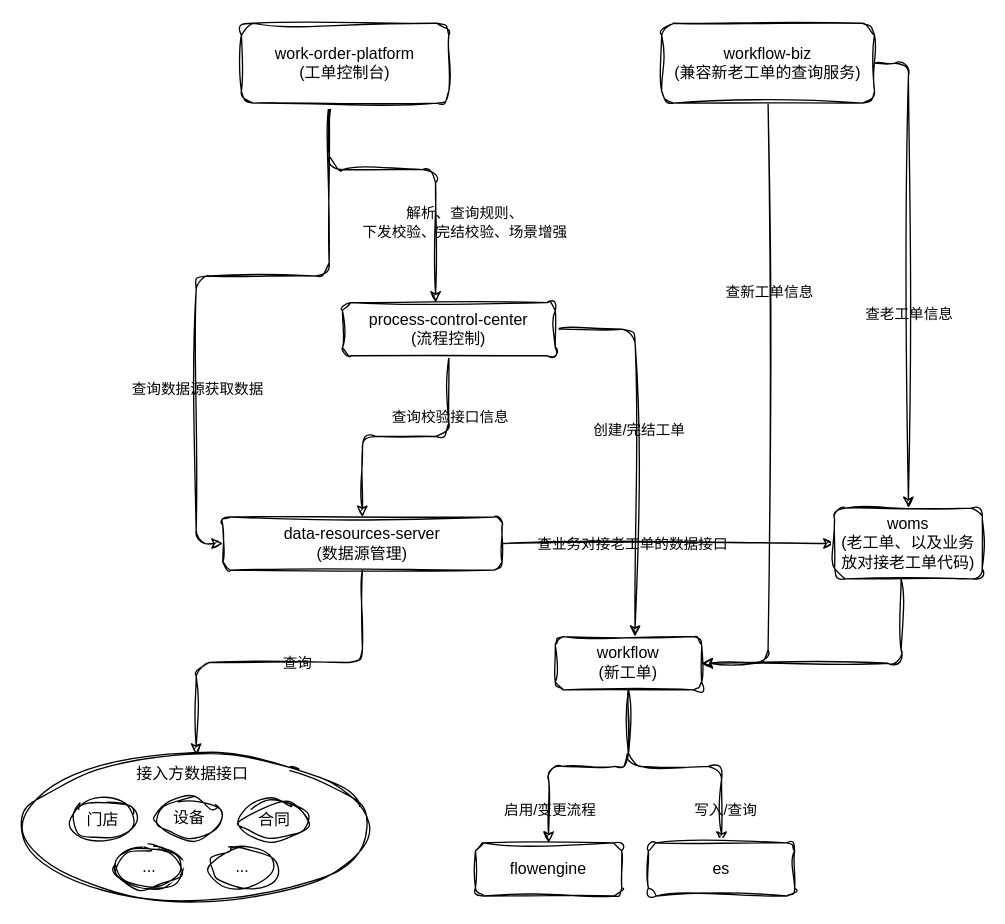
Earlier version of the draw.io diagram 工单架构.drawio (330129161/draw.io). Source tidied: cells renumbered, new cells numbered last; positions are measured from the earlier drawing's top-left corner, leaving out a move shared by most shapes. Both pictures are drawn from the tidied source at 133%, with x=0, y=0 at pixel (23, 23).
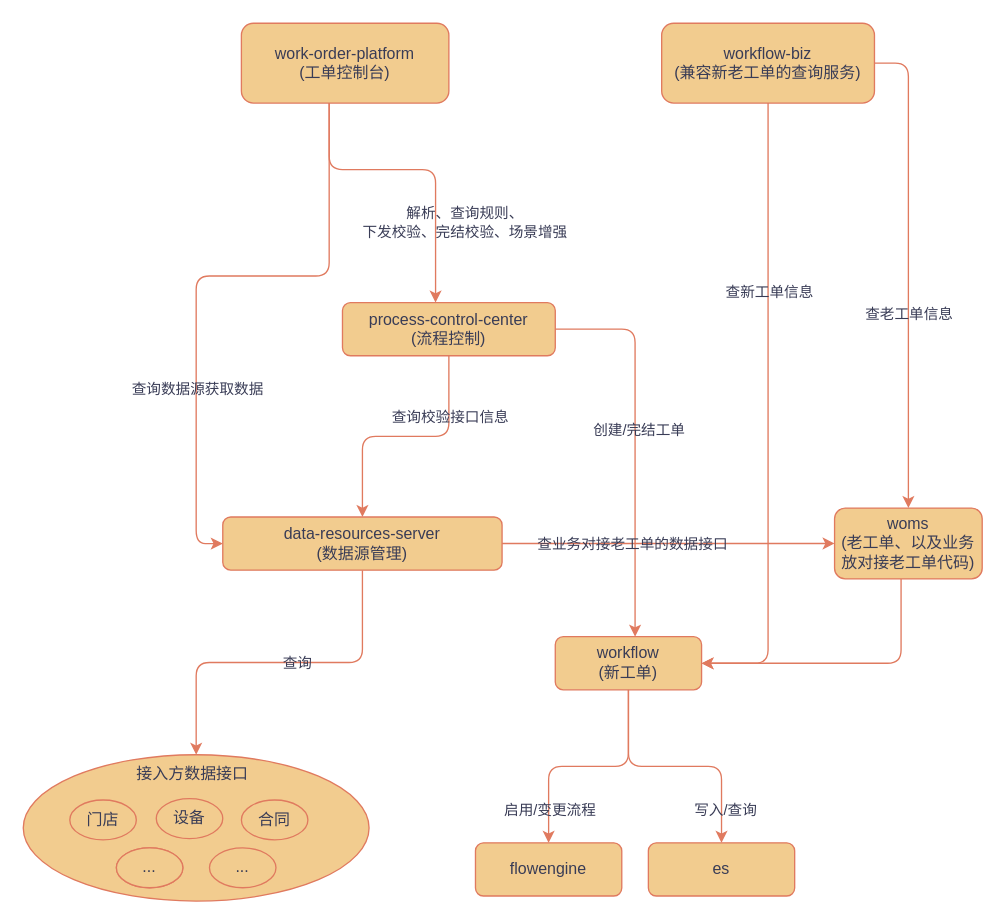
After the change.

Commit message (it also covers changes not shown here):
更新工单架构.drawio

The edit, as a diff of the source:
```diff
@@
-    <mxCell id="2" style="edgeStyle=orthogonalEdgeStyle;rounded=1;jettySize=auto;html=1;labelBackgroundColor=none;fontColor=default;sketch=1;curveFitting=1;jiggle=2;" parent="1" edge="1" source="6" target="11">
+    <mxCell id="2" style="edgeStyle=orthogonalEdgeStyle;rounded=1;jettySize=auto;html=1;labelBackgroundColor=none;fontColor=default;strokeColor=#E07A5F;" parent="1" edge="1" source="6" target="11">
       <mxGeometry relative="1" as="geometry">
         <Array as="points">
           <mxPoint x="230" y="110" />
           <mxPoint x="310" y="110" />
         </Array>
       </mxGeometry>
     </mxCell>
-    <mxCell id="3" value="解析、查询规则、&lt;br&gt;下发校验、完结校验、场景增强" style="edgeLabel;html=1;align=center;verticalAlign=middle;labelBackgroundColor=none;rounded=1;sketch=1;curveFitting=1;jiggle=2;" parent="2" vertex="1">
+    <mxCell id="3" value="解析、查询规则、&lt;br&gt;下发校验、完结校验、场景增强" style="edgeLabel;html=1;align=center;verticalAlign=middle;labelBackgroundColor=none;rounded=1;fontColor=#393C56;" parent="2" vertex="1">
       <mxGeometry x="0.26" y="-1" relative="1" as="geometry">
         <mxPoint x="22" y="24" as="offset" />
       </mxGeometry>
     </mxCell>
-    <mxCell id="4" style="edgeStyle=orthogonalEdgeStyle;rounded=1;jettySize=auto;html=1;entryX=0;entryY=0.5;entryDx=0;entryDy=0;labelBackgroundColor=none;fontColor=default;sketch=1;curveFitting=1;jiggle=2;" parent="1" edge="1" source="6" target="16">
+    <mxCell id="4" style="edgeStyle=orthogonalEdgeStyle;rounded=1;jettySize=auto;html=1;entryX=0;entryY=0.5;entryDx=0;entryDy=0;labelBackgroundColor=none;fontColor=default;strokeColor=#E07A5F;" parent="1" edge="1" source="6" target="16">
       <mxGeometry relative="1" as="geometry">
         <Array as="points">
           <mxPoint x="230" y="190" />
           <mxPoint x="130" y="190" />
           <mxPoint x="130" y="391" />
         </Array>
       </mxGeometry>
     </mxCell>
-    <mxCell id="5" value="查询数据源获取数据" style="edgeLabel;html=1;align=center;verticalAlign=middle;labelBackgroundColor=none;rounded=1;sketch=1;curveFitting=1;jiggle=2;" parent="4" vertex="1">
+    <mxCell id="5" value="查询数据源获取数据" style="edgeLabel;html=1;align=center;verticalAlign=middle;labelBackgroundColor=none;rounded=1;fontColor=#393C56;" parent="4" vertex="1">
       <mxGeometry x="0.39" relative="1" as="geometry" />
     </mxCell>
-    <mxCell id="6" value="work-order-platform&lt;br&gt;(工单控制台)" style="rounded=1;whiteSpace=wrap;html=1;labelBackgroundColor=none;sketch=1;curveFitting=1;jiggle=2;" parent="1" vertex="1">
+    <mxCell id="6" value="work-order-platform&lt;br&gt;(工单控制台)" style="rounded=1;whiteSpace=wrap;html=1;labelBackgroundColor=none;fillColor=#F2CC8F;strokeColor=#E07A5F;fontColor=#393C56;" parent="1" vertex="1">
       <mxGeometry x="164" width="156" height="60" as="geometry" />
     </mxCell>
-    <mxCell id="7" style="edgeStyle=orthogonalEdgeStyle;rounded=1;jettySize=auto;html=1;entryX=0.5;entryY=0;entryDx=0;entryDy=0;labelBackgroundColor=none;fontColor=default;sketch=1;curveFitting=1;jiggle=2;" parent="1" edge="1" source="11" target="16">
+    <mxCell id="7" style="edgeStyle=orthogonalEdgeStyle;rounded=1;jettySize=auto;html=1;entryX=0.5;entryY=0;entryDx=0;entryDy=0;labelBackgroundColor=none;fontColor=default;strokeColor=#E07A5F;" parent="1" edge="1" source="11" target="16">
       <mxGeometry relative="1" as="geometry" />
     </mxCell>
-    <mxCell id="8" value="查询校验接口信息" style="edgeLabel;html=1;align=center;verticalAlign=middle;labelBackgroundColor=none;rounded=1;sketch=1;curveFitting=1;jiggle=2;" parent="7" vertex="1">
+    <mxCell id="8" value="查询校验接口信息" style="edgeLabel;html=1;align=center;verticalAlign=middle;labelBackgroundColor=none;rounded=1;fontColor=#393C56;" parent="7" vertex="1">
       <mxGeometry x="-0.1" y="1" relative="1" as="geometry">
         <mxPoint x="24" y="-16" as="offset" />
       </mxGeometry>
     </mxCell>
-    <mxCell id="9" style="edgeStyle=orthogonalEdgeStyle;rounded=1;jettySize=auto;html=1;labelBackgroundColor=none;fontColor=default;sketch=1;curveFitting=1;jiggle=2;" parent="1" edge="1" source="11" target="21">
+    <mxCell id="9" style="edgeStyle=orthogonalEdgeStyle;rounded=1;jettySize=auto;html=1;labelBackgroundColor=none;fontColor=default;strokeColor=#E07A5F;" parent="1" edge="1" source="11" target="21">
       <mxGeometry relative="1" as="geometry">
         <Array as="points">
           <mxPoint x="460" y="230" />
         </Array>
       </mxGeometry>
     </mxCell>
-    <mxCell id="10" value="创建/完结工单" style="edgeLabel;html=1;align=center;verticalAlign=middle;labelBackgroundColor=none;rounded=1;sketch=1;curveFitting=1;jiggle=2;" parent="9" vertex="1">
+    <mxCell id="10" value="创建/完结工单" style="edgeLabel;html=1;align=center;verticalAlign=middle;labelBackgroundColor=none;rounded=1;fontColor=#393C56;" parent="9" vertex="1">
       <mxGeometry x="-0.07" y="2" relative="1" as="geometry" />
     </mxCell>
-    <mxCell id="11" value="process-control-center&lt;br&gt;(流程控制)" style="rounded=1;whiteSpace=wrap;html=1;labelBackgroundColor=none;sketch=1;curveFitting=1;jiggle=2;" parent="1" vertex="1">
+    <mxCell id="11" value="process-control-center&lt;br&gt;(流程控制)" style="rounded=1;whiteSpace=wrap;html=1;labelBackgroundColor=none;fillColor=#F2CC8F;strokeColor=#E07A5F;fontColor=#393C56;" parent="1" vertex="1">
       <mxGeometry x="240" y="210" width="160" height="40" as="geometry" />
     </mxCell>
-    <mxCell id="12" style="edgeStyle=orthogonalEdgeStyle;rounded=1;jettySize=auto;html=1;entryX=0.5;entryY=0;entryDx=0;entryDy=0;labelBackgroundColor=none;fontColor=default;sketch=1;curveFitting=1;jiggle=2;" parent="1" edge="1" source="16" target="31">
+    <mxCell id="12" style="edgeStyle=orthogonalEdgeStyle;rounded=1;jettySize=auto;html=1;entryX=0.5;entryY=0;entryDx=0;entryDy=0;labelBackgroundColor=none;fontColor=default;strokeColor=#E07A5F;" parent="1" edge="1" source="16" target="31">
       <mxGeometry relative="1" as="geometry" />
     </mxCell>
-    <mxCell id="13" value="查询" style="edgeLabel;html=1;align=center;verticalAlign=middle;labelBackgroundColor=none;rounded=1;sketch=1;curveFitting=1;jiggle=2;" parent="12" vertex="1">
+    <mxCell id="13" value="查询" style="edgeLabel;html=1;align=center;verticalAlign=middle;labelBackgroundColor=none;rounded=1;fontColor=#393C56;" parent="12" vertex="1">
       <mxGeometry x="-0.1" y="4" relative="1" as="geometry">
         <mxPoint y="-4" as="offset" />
       </mxGeometry>
     </mxCell>
-    <mxCell id="14" style="edgeStyle=orthogonalEdgeStyle;rounded=1;jettySize=auto;html=1;entryX=0;entryY=0.5;entryDx=0;entryDy=0;labelBackgroundColor=none;fontColor=default;sketch=1;curveFitting=1;jiggle=2;" parent="1" edge="1" source="16" target="28">
+    <mxCell id="14" style="edgeStyle=orthogonalEdgeStyle;rounded=1;jettySize=auto;html=1;entryX=0;entryY=0.5;entryDx=0;entryDy=0;labelBackgroundColor=none;fontColor=default;strokeColor=#E07A5F;" parent="1" edge="1" source="16" target="28">
       <mxGeometry relative="1" as="geometry" />
     </mxCell>
-    <mxCell id="15" value="查业务对接老工单的数据接口" style="edgeLabel;html=1;align=center;verticalAlign=middle;labelBackgroundColor=none;rounded=1;sketch=1;curveFitting=1;jiggle=2;" parent="14" vertex="1">
+    <mxCell id="15" value="查业务对接老工单的数据接口" style="edgeLabel;html=1;align=center;verticalAlign=middle;labelBackgroundColor=none;rounded=1;fontColor=#393C56;" parent="14" vertex="1">
       <mxGeometry x="-0.74" y="1" relative="1" as="geometry">
         <mxPoint x="64" y="1" as="offset" />
       </mxGeometry>
     </mxCell>
-    <mxCell id="16" value="data-resources-server&lt;br&gt;(数据源管理)" style="rounded=1;whiteSpace=wrap;html=1;labelBackgroundColor=none;sketch=1;curveFitting=1;jiggle=2;" parent="1" vertex="1">
+    <mxCell id="16" value="data-resources-server&lt;br&gt;(数据源管理)" style="rounded=1;whiteSpace=wrap;html=1;labelBackgroundColor=none;fillColor=#F2CC8F;strokeColor=#E07A5F;fontColor=#393C56;" parent="1" vertex="1">
       <mxGeometry x="150" y="371.2" width="210" height="40" as="geometry" />
     </mxCell>
-    <mxCell id="17" style="edgeStyle=orthogonalEdgeStyle;rounded=1;jettySize=auto;html=1;entryX=0.5;entryY=0;entryDx=0;entryDy=0;labelBackgroundColor=none;fontColor=default;sketch=1;curveFitting=1;jiggle=2;" parent="1" edge="1" source="21" target="29">
+    <mxCell id="17" style="edgeStyle=orthogonalEdgeStyle;rounded=1;jettySize=auto;html=1;entryX=0.5;entryY=0;entryDx=0;entryDy=0;labelBackgroundColor=none;fontColor=default;strokeColor=#E07A5F;" parent="1" edge="1" source="21" target="29">
       <mxGeometry relative="1" as="geometry" />
     </mxCell>
-    <mxCell id="18" value="启用/变更流程" style="edgeLabel;html=1;align=center;verticalAlign=middle;labelBackgroundColor=none;rounded=1;sketch=1;curveFitting=1;jiggle=2;" parent="17" vertex="1">
+    <mxCell id="18" value="启用/变更流程" style="edgeLabel;html=1;align=center;verticalAlign=middle;labelBackgroundColor=none;rounded=1;fontColor=#393C56;" parent="17" vertex="1">
       <mxGeometry x="0.55" y="-1" relative="1" as="geometry">
         <mxPoint x="1" y="14" as="offset" />
       </mxGeometry>
     </mxCell>
-    <mxCell id="19" style="edgeStyle=orthogonalEdgeStyle;rounded=1;jettySize=auto;html=1;labelBackgroundColor=none;fontColor=default;sketch=1;curveFitting=1;jiggle=2;" parent="1" edge="1" source="21" target="30">
+    <mxCell id="19" style="edgeStyle=orthogonalEdgeStyle;rounded=1;jettySize=auto;html=1;labelBackgroundColor=none;fontColor=default;strokeColor=#E07A5F;" parent="1" edge="1" source="21" target="30">
       <mxGeometry relative="1" as="geometry" />
     </mxCell>
-    <mxCell id="20" value="写入/查询" style="edgeLabel;html=1;align=center;verticalAlign=middle;labelBackgroundColor=none;rounded=1;sketch=1;curveFitting=1;jiggle=2;" parent="19" vertex="1">
+    <mxCell id="20" value="写入/查询" style="edgeLabel;html=1;align=center;verticalAlign=middle;labelBackgroundColor=none;rounded=1;fontColor=#393C56;" parent="19" vertex="1">
       <mxGeometry x="0.73" y="2" relative="1" as="geometry" />
     </mxCell>
-    <mxCell id="21" value="workflow&lt;br&gt;(新工单)" style="rounded=1;whiteSpace=wrap;html=1;labelBackgroundColor=none;sketch=1;curveFitting=1;jiggle=2;" parent="1" vertex="1">
+    <mxCell id="21" value="workflow&lt;br&gt;(新工单)" style="rounded=1;whiteSpace=wrap;html=1;labelBackgroundColor=none;fillColor=#F2CC8F;strokeColor=#E07A5F;fontColor=#393C56;" parent="1" vertex="1">
       <mxGeometry x="400" y="461.2" width="110" height="40" as="geometry" />
     </mxCell>
-    <mxCell id="22" style="edgeStyle=orthogonalEdgeStyle;rounded=1;jettySize=auto;html=1;entryX=1;entryY=0.5;entryDx=0;entryDy=0;labelBackgroundColor=none;fontColor=default;sketch=1;curveFitting=1;jiggle=2;" parent="1" edge="1" source="26" target="21">
+    <mxCell id="22" style="edgeStyle=orthogonalEdgeStyle;rounded=1;jettySize=auto;html=1;entryX=1;entryY=0.5;entryDx=0;entryDy=0;labelBackgroundColor=none;fontColor=default;strokeColor=#E07A5F;" parent="1" edge="1" source="26" target="21">
       <mxGeometry relative="1" as="geometry">
         <Array as="points">
           <mxPoint x="560" y="481" />
         </Array>
       </mxGeometry>
     </mxCell>
-    <mxCell id="23" value="查新工单信息" style="edgeLabel;html=1;align=center;verticalAlign=middle;labelBackgroundColor=none;rounded=1;sketch=1;curveFitting=1;jiggle=2;" parent="22" vertex="1">
+    <mxCell id="23" value="查新工单信息" style="edgeLabel;html=1;align=center;verticalAlign=middle;labelBackgroundColor=none;rounded=1;fontColor=#393C56;" parent="22" vertex="1">
       <mxGeometry x="-0.4" relative="1" as="geometry" />
     </mxCell>
-    <mxCell id="24" style="edgeStyle=orthogonalEdgeStyle;rounded=1;jettySize=auto;html=1;entryX=0.5;entryY=0;entryDx=0;entryDy=0;exitX=1;exitY=0.5;exitDx=0;exitDy=0;labelBackgroundColor=none;fontColor=default;sketch=1;curveFitting=1;jiggle=2;" parent="1" edge="1" source="26" target="28">
+    <mxCell id="24" style="edgeStyle=orthogonalEdgeStyle;rounded=1;jettySize=auto;html=1;entryX=0.5;entryY=0;entryDx=0;entryDy=0;exitX=1;exitY=0.5;exitDx=0;exitDy=0;labelBackgroundColor=none;fontColor=default;strokeColor=#E07A5F;" parent="1" edge="1" source="26" target="28">
       <mxGeometry relative="1" as="geometry" />
     </mxCell>
-    <mxCell id="25" value="查老工单信息" style="edgeLabel;html=1;align=center;verticalAlign=middle;labelBackgroundColor=none;rounded=1;sketch=1;curveFitting=1;jiggle=2;" parent="24" vertex="1">
+    <mxCell id="25" value="查老工单信息" style="edgeLabel;html=1;align=center;verticalAlign=middle;labelBackgroundColor=none;rounded=1;fontColor=#393C56;" parent="24" vertex="1">
       <mxGeometry x="0.19" relative="1" as="geometry" />
     </mxCell>
-    <mxCell id="26" value="workflow-biz&lt;br&gt;(兼容新老工单的查询服务)" style="rounded=1;whiteSpace=wrap;html=1;labelBackgroundColor=none;sketch=1;curveFitting=1;jiggle=2;" parent="1" vertex="1">
+    <mxCell id="26" value="workflow-biz&lt;br&gt;(兼容新老工单的查询服务)" style="rounded=1;whiteSpace=wrap;html=1;labelBackgroundColor=none;fillColor=#F2CC8F;strokeColor=#E07A5F;fontColor=#393C56;" parent="1" vertex="1">
       <mxGeometry x="480" width="160" height="60" as="geometry" />
     </mxCell>
-    <mxCell id="27" style="edgeStyle=orthogonalEdgeStyle;rounded=1;jettySize=auto;html=1;entryX=1;entryY=0.5;entryDx=0;entryDy=0;labelBackgroundColor=none;fontColor=default;sketch=1;curveFitting=1;jiggle=2;" parent="1" edge="1" source="28" target="21">
+    <mxCell id="27" style="edgeStyle=orthogonalEdgeStyle;rounded=1;jettySize=auto;html=1;entryX=1;entryY=0.5;entryDx=0;entryDy=0;labelBackgroundColor=none;fontColor=default;strokeColor=#E07A5F;" parent="1" edge="1" source="28" target="21">
       <mxGeometry relative="1" as="geometry">
         <Array as="points">
           <mxPoint x="660" y="481.2" />
         </Array>
       </mxGeometry>
     </mxCell>
-    <mxCell id="28" value="woms&lt;br&gt;(老工单、以及业务放对接老工单代码)" style="rounded=1;whiteSpace=wrap;html=1;labelBackgroundColor=none;sketch=1;curveFitting=1;jiggle=2;" parent="1" vertex="1">
+    <mxCell id="28" value="woms&lt;br&gt;(老工单、以及业务放对接老工单代码)" style="rounded=1;whiteSpace=wrap;html=1;labelBackgroundColor=none;fillColor=#F2CC8F;strokeColor=#E07A5F;fontColor=#393C56;" parent="1" vertex="1">
       <mxGeometry x="610" y="364.5" width="111" height="53.3" as="geometry" />
     </mxCell>
-    <mxCell id="29" value="flowengine" style="rounded=1;whiteSpace=wrap;html=1;labelBackgroundColor=none;sketch=1;curveFitting=1;jiggle=2;" parent="1" vertex="1">
+    <mxCell id="29" value="flowengine" style="rounded=1;whiteSpace=wrap;html=1;labelBackgroundColor=none;fillColor=#F2CC8F;strokeColor=#E07A5F;fontColor=#393C56;" parent="1" vertex="1">
       <mxGeometry x="340" y="616.2" width="110" height="40" as="geometry" />
     </mxCell>
-    <mxCell id="30" value="es" style="rounded=1;whiteSpace=wrap;html=1;labelBackgroundColor=none;sketch=1;curveFitting=1;jiggle=2;" parent="1" vertex="1">
+    <mxCell id="30" value="es" style="rounded=1;whiteSpace=wrap;html=1;labelBackgroundColor=none;fillColor=#F2CC8F;strokeColor=#E07A5F;fontColor=#393C56;" parent="1" vertex="1">
       <mxGeometry x="470" y="616.2" width="110" height="40" as="geometry" />
     </mxCell>
-    <mxCell id="31" style="ellipse;whiteSpace=wrap;html=1;labelBackgroundColor=none;rounded=1;sketch=1;curveFitting=1;jiggle=2;" parent="1" vertex="1">
+    <mxCell id="31" style="ellipse;whiteSpace=wrap;html=1;labelBackgroundColor=none;rounded=1;fillColor=#F2CC8F;strokeColor=#E07A5F;fontColor=#393C56;" parent="1" vertex="1">
       <mxGeometry y="550" width="260" height="110" as="geometry" />
     </mxCell>
-    <mxCell id="32" value="门店" style="ellipse;whiteSpace=wrap;html=1;labelBackgroundColor=none;rounded=1;sketch=1;curveFitting=1;jiggle=2;" parent="1" vertex="1">
+    <mxCell id="32" value="门店" style="ellipse;whiteSpace=wrap;html=1;labelBackgroundColor=none;rounded=1;fillColor=#F2CC8F;strokeColor=#E07A5F;fontColor=#393C56;" parent="1" vertex="1">
       <mxGeometry x="35" y="584" width="50" height="30" as="geometry" />
     </mxCell>
-    <mxCell id="33" value="设备" style="ellipse;whiteSpace=wrap;html=1;labelBackgroundColor=none;rounded=1;sketch=1;curveFitting=1;jiggle=2;" parent="1" vertex="1">
+    <mxCell id="33" value="设备" style="ellipse;whiteSpace=wrap;html=1;labelBackgroundColor=none;rounded=1;fillColor=#F2CC8F;strokeColor=#E07A5F;fontColor=#393C56;" parent="1" vertex="1">
       <mxGeometry x="100" y="583" width="50" height="30" as="geometry" />
     </mxCell>
-    <mxCell id="34" value="合同" style="ellipse;whiteSpace=wrap;html=1;labelBackgroundColor=none;rounded=1;sketch=1;curveFitting=1;jiggle=2;" parent="1" vertex="1">
+    <mxCell id="34" value="合同" style="ellipse;whiteSpace=wrap;html=1;labelBackgroundColor=none;rounded=1;fillColor=#F2CC8F;strokeColor=#E07A5F;fontColor=#393C56;" parent="1" vertex="1">
       <mxGeometry x="164" y="584" width="50" height="30" as="geometry" />
     </mxCell>
-    <mxCell id="35" style="ellipse;whiteSpace=wrap;html=1;labelBackgroundColor=none;rounded=1;sketch=1;curveFitting=1;jiggle=2;" parent="1" vertex="1">
+    <mxCell id="35" style="ellipse;whiteSpace=wrap;html=1;labelBackgroundColor=none;rounded=1;fillColor=#F2CC8F;strokeColor=#E07A5F;fontColor=#393C56;" parent="1" vertex="1">
       <mxGeometry x="70" y="620" width="50" height="30" as="geometry" />
     </mxCell>
-    <mxCell id="36" value="..." style="ellipse;whiteSpace=wrap;html=1;labelBackgroundColor=none;rounded=1;sketch=1;curveFitting=1;jiggle=2;" parent="1" vertex="1">
+    <mxCell id="36" value="..." style="ellipse;whiteSpace=wrap;html=1;labelBackgroundColor=none;rounded=1;fillColor=#F2CC8F;strokeColor=#E07A5F;fontColor=#393C56;" parent="1" vertex="1">
       <mxGeometry x="70" y="620" width="50" height="30" as="geometry" />
     </mxCell>
-    <mxCell id="37" value="..." style="ellipse;whiteSpace=wrap;html=1;labelBackgroundColor=none;rounded=1;sketch=1;curveFitting=1;jiggle=2;" parent="1" vertex="1">
+    <mxCell id="37" value="..." style="ellipse;whiteSpace=wrap;html=1;labelBackgroundColor=none;rounded=1;fillColor=#F2CC8F;strokeColor=#E07A5F;fontColor=#393C56;" parent="1" vertex="1">
       <mxGeometry x="140" y="620" width="50" height="30" as="geometry" />
     </mxCell>
-    <mxCell id="38" value="接入方数据接口" style="text;html=1;strokeColor=none;fillColor=none;align=center;verticalAlign=middle;whiteSpace=wrap;rounded=1;labelBackgroundColor=none;sketch=1;curveFitting=1;jiggle=2;" parent="1" vertex="1">
+    <mxCell id="38" value="接入方数据接口" style="text;html=1;strokeColor=none;fillColor=none;align=center;verticalAlign=middle;whiteSpace=wrap;rounded=1;labelBackgroundColor=none;fontColor=#393C56;" parent="1" vertex="1">
       <mxGeometry x="70" y="550" width="115" height="30" as="geometry" />
     </mxCell>
```
